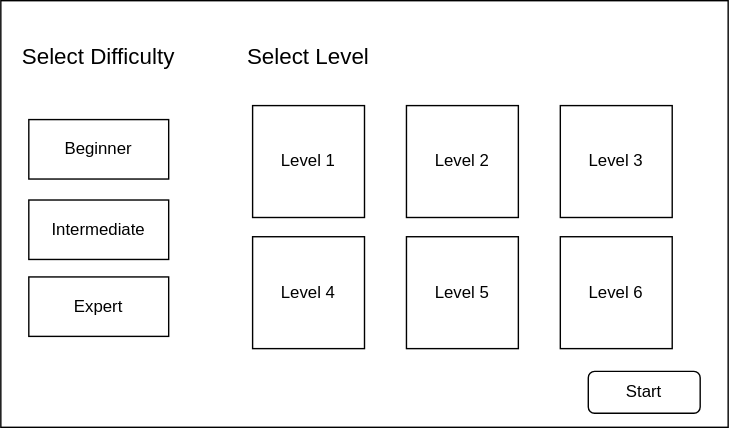
cse110-sp26-group23/cse110-sp26-group23 keeps this draw.io diagram as docs/wireframes/landing_screen.svg. Above is the earlier version. Source tidied: cells renumbered, new cells last; positions are measured from the earlier drawing's top-left corner, leaving out a move shared by most shapes.
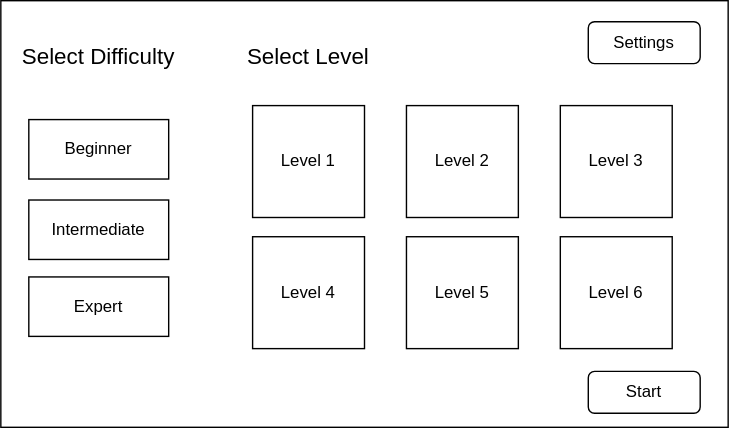
After the change.

Commit message:
Update wireframes with settings, exit, play again

The edit, as a diff of the source:
```diff
@@ -41,5 +41,8 @@
     <mxCell id="14" value="&lt;font style=&quot;font-size: 16px;&quot;&gt;Select Level&lt;/font&gt;" style="text;html=1;align=center;verticalAlign=middle;whiteSpace=wrap;rounded=0;" parent="1" vertex="1">
       <mxGeometry x="160" y="25" width="120" height="30" as="geometry" />
     </mxCell>
+    <mxCell id="15" value="Settings" style="rounded=1;whiteSpace=wrap;html=1;" parent="1" vertex="1">
+      <mxGeometry x="420" y="15" width="80" height="30" as="geometry" />
+    </mxCell>
   </root>
 </mxGraphModel>
```
